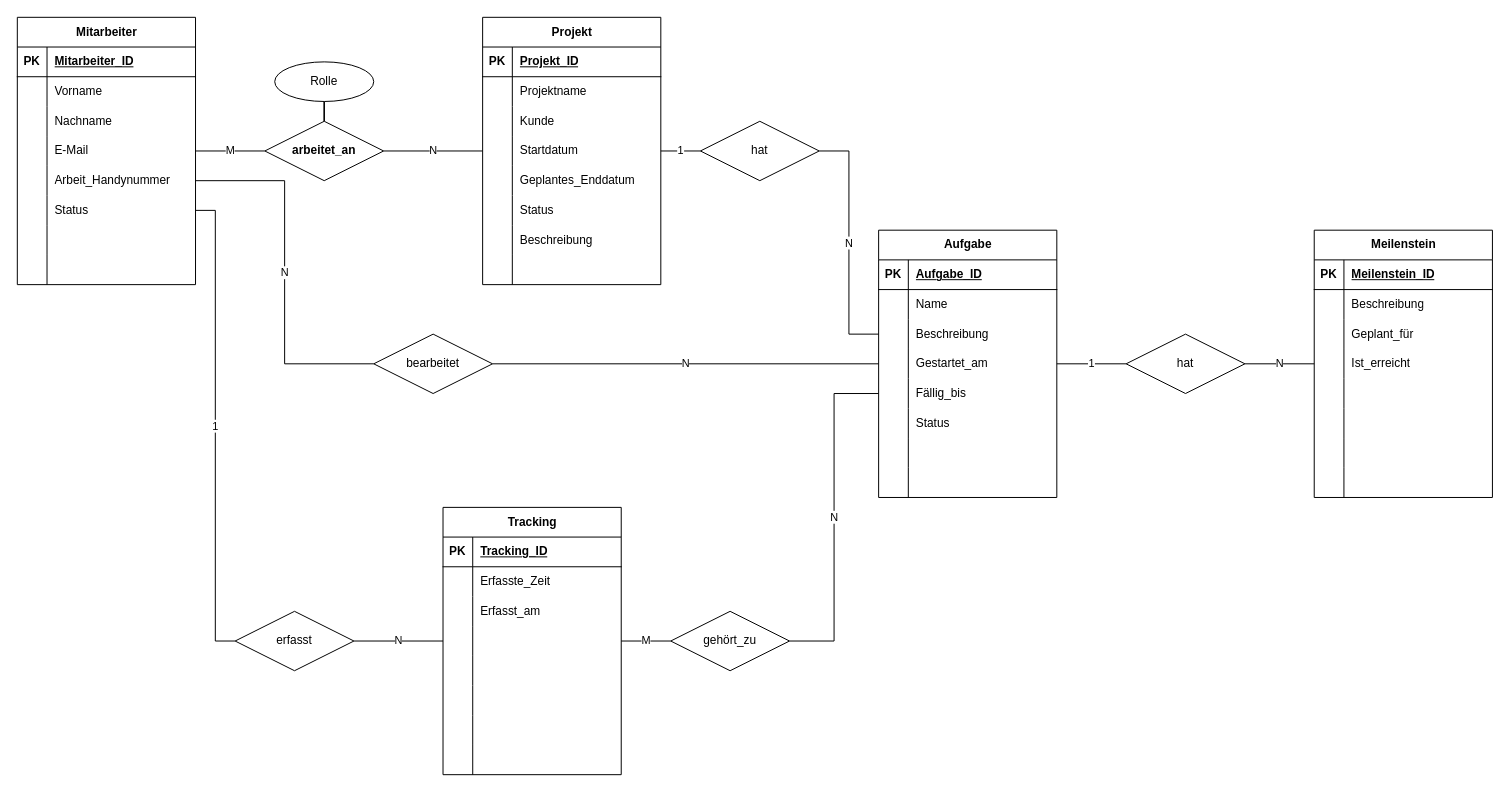
Before: tracking_database_erm.drawio in M1ndflayer/project_tracking_software, a draw.io diagram. Source tidied: cells renumbered, new cells numbered last; positions are measured from the earlier drawing's top-left corner, leaving out a move shared by most shapes. Both pictures are drawn from the tidied source at 99%, with x=0, y=0 at pixel (17, 17).
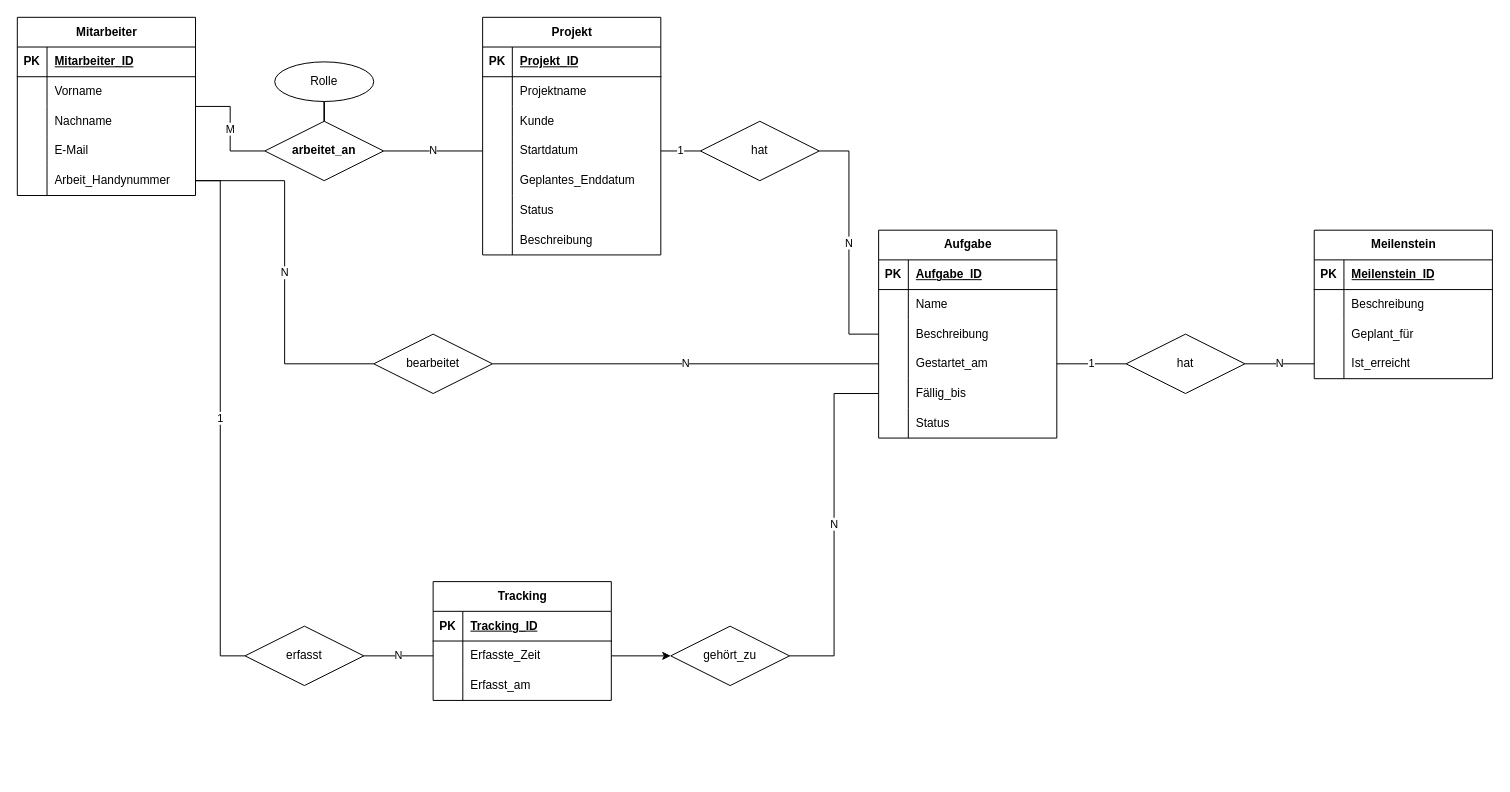
The same diagram, later.

The change refers to these unchanged cells:
```xml
<mxCell id="41" style="shape=tableRow;horizontal=0;startSize=0;swimlaneHead=0;swimlaneBody=0;fillColor=none;points=[[0,0.5],[1,0.5]];portConstraint=eastwest;top=0;left=0;right=0;bottom=0;" parent="28" vertex="1">
  <mxGeometry y="150" width="180" height="30" as="geometry" />
</mxCell>
<mxCell id="107" style="shape=tableRow;horizontal=0;startSize=0;swimlaneHead=0;swimlaneBody=0;fillColor=none;points=[[0,0.5],[1,0.5]];portConstraint=eastwest;top=0;left=0;right=0;bottom=0;" parent="103" vertex="1">
  <mxGeometry y="60" width="180" height="30" as="geometry" />
</mxCell>
```

The edit, as a diff of the source:
```diff
@@
     <mxCell id="2" value="Projekt" style="shape=table;startSize=30;childLayout=tableLayout;rowLines=0;fontStyle=1;align=center;html=1;" parent="1" vertex="1">
-      <mxGeometry x="470" width="180" height="270" as="geometry" />
+      <mxGeometry x="470" width="180" height="240" as="geometry" />
     </mxCell>
@@
-    <mxCell id="24" style="shape=tableRow;horizontal=0;startSize=0;swimlaneHead=0;swimlaneBody=0;fillColor=none;top=0;left=0;right=0;bottom=0;" parent="2" vertex="1">
-      <mxGeometry y="240" width="180" height="30" as="geometry" />
-    </mxCell>
-    <mxCell id="25" style="shape=partialRectangle;fillColor=none;top=0;left=0;bottom=0;right=0;overflow=hidden;whiteSpace=wrap;html=1;" parent="24" vertex="1">
-      <mxGeometry width="30" height="30" as="geometry" />
-    </mxCell>
-    <mxCell id="26" style="shape=partialRectangle;fillColor=none;top=0;left=0;bottom=0;right=0;align=left;spacingLeft=6;overflow=hidden;whiteSpace=wrap;html=1;" parent="24" vertex="1">
-      <mxGeometry x="30" width="150" height="30" as="geometry" />
-    </mxCell>
@@
     <mxCell id="28" value="Mitarbeiter" style="shape=table;startSize=30;childLayout=tableLayout;rowLines=0;fontStyle=1;align=center;html=1;" parent="1" vertex="1">
-      <mxGeometry width="180" height="270" as="geometry" />
+      <mxGeometry width="180" height="180" as="geometry" />
     </mxCell>
@@
-    <mxCell id="44" style="shape=tableRow;horizontal=0;startSize=0;swimlaneHead=0;swimlaneBody=0;fillColor=none;points=[[0,0.5],[1,0.5]];portConstraint=eastwest;top=0;left=0;right=0;bottom=0;" parent="28" vertex="1">
-      <mxGeometry y="180" width="180" height="30" as="geometry" />
-    </mxCell>
-    <mxCell id="45" style="shape=partialRectangle;fillColor=none;top=0;left=0;bottom=0;right=0;overflow=hidden;whiteSpace=wrap;html=1;" parent="44" vertex="1">
-      <mxGeometry width="30" height="30" as="geometry" />
-    </mxCell>
-    <mxCell id="46" value="Status" style="shape=partialRectangle;fillColor=none;top=0;left=0;bottom=0;right=0;align=left;spacingLeft=6;overflow=hidden;whiteSpace=wrap;html=1;" parent="44" vertex="1">
-      <mxGeometry x="30" width="150" height="30" as="geometry" />
-    </mxCell>
-    <mxCell id="47" style="shape=tableRow;horizontal=0;startSize=0;swimlaneHead=0;swimlaneBody=0;fillColor=none;top=0;left=0;right=0;bottom=0;" parent="28" vertex="1">
-      <mxGeometry y="210" width="180" height="30" as="geometry" />
-    </mxCell>
-    <mxCell id="48" style="shape=partialRectangle;fillColor=none;top=0;left=0;bottom=0;right=0;overflow=hidden;whiteSpace=wrap;html=1;" parent="47" vertex="1">
-      <mxGeometry width="30" height="30" as="geometry" />
-    </mxCell>
-    <mxCell id="49" style="shape=partialRectangle;fillColor=none;top=0;left=0;bottom=0;right=0;align=left;spacingLeft=6;overflow=hidden;whiteSpace=wrap;html=1;" parent="47" vertex="1">
-      <mxGeometry x="30" width="150" height="30" as="geometry" />
-    </mxCell>
-    <mxCell id="50" style="shape=tableRow;horizontal=0;startSize=0;swimlaneHead=0;swimlaneBody=0;fillColor=none;top=0;left=0;right=0;bottom=0;" parent="28" vertex="1">
-      <mxGeometry y="240" width="180" height="30" as="geometry" />
-    </mxCell>
-    <mxCell id="51" style="shape=partialRectangle;fillColor=none;top=0;left=0;bottom=0;right=0;overflow=hidden;whiteSpace=wrap;html=1;" parent="50" vertex="1">
-      <mxGeometry width="30" height="30" as="geometry" />
-    </mxCell>
-    <mxCell id="52" style="shape=partialRectangle;fillColor=none;top=0;left=0;bottom=0;right=0;align=left;spacingLeft=6;overflow=hidden;whiteSpace=wrap;html=1;" parent="50" vertex="1">
-      <mxGeometry x="30" width="150" height="30" as="geometry" />
-    </mxCell>
     <mxCell id="53" value="Aufgabe" style="shape=table;startSize=30;childLayout=tableLayout;rowLines=0;fontStyle=1;align=center;html=1;" parent="1" vertex="1">
-      <mxGeometry x="870" y="215" width="180" height="270" as="geometry" />
+      <mxGeometry x="870" y="215" width="180" height="210" as="geometry" />
     </mxCell>
@@
-    <mxCell id="72" style="shape=tableRow;horizontal=0;startSize=0;swimlaneHead=0;swimlaneBody=0;fillColor=none;top=0;left=0;right=0;bottom=0;" parent="53" vertex="1">
-      <mxGeometry y="210" width="180" height="30" as="geometry" />
-    </mxCell>
-    <mxCell id="73" style="shape=partialRectangle;fillColor=none;top=0;left=0;bottom=0;right=0;overflow=hidden;whiteSpace=wrap;html=1;" parent="72" vertex="1">
-      <mxGeometry width="30" height="30" as="geometry" />
-    </mxCell>
-    <mxCell id="74" style="shape=partialRectangle;fillColor=none;top=0;left=0;bottom=0;right=0;align=left;spacingLeft=6;overflow=hidden;whiteSpace=wrap;html=1;" parent="72" vertex="1">
-      <mxGeometry x="30" width="150" height="30" as="geometry" />
-    </mxCell>
-    <mxCell id="75" style="shape=tableRow;horizontal=0;startSize=0;swimlaneHead=0;swimlaneBody=0;fillColor=none;top=0;left=0;right=0;bottom=0;" parent="53" vertex="1">
-      <mxGeometry y="240" width="180" height="30" as="geometry" />
-    </mxCell>
-    <mxCell id="76" style="shape=partialRectangle;fillColor=none;top=0;left=0;bottom=0;right=0;overflow=hidden;whiteSpace=wrap;html=1;" parent="75" vertex="1">
-      <mxGeometry width="30" height="30" as="geometry" />
-    </mxCell>
-    <mxCell id="77" style="shape=partialRectangle;fillColor=none;top=0;left=0;bottom=0;right=0;align=left;spacingLeft=6;overflow=hidden;whiteSpace=wrap;html=1;" parent="75" vertex="1">
-      <mxGeometry x="30" width="150" height="30" as="geometry" />
-    </mxCell>
     <mxCell id="78" value="Meilenstein" style="shape=table;startSize=30;childLayout=tableLayout;rowLines=0;fontStyle=1;align=center;html=1;" parent="1" vertex="1">
-      <mxGeometry x="1310" y="215" width="180" height="270" as="geometry" />
+      <mxGeometry x="1310" y="215" width="180" height="150" as="geometry" />
     </mxCell>
@@
-    <mxCell id="91" style="shape=tableRow;horizontal=0;startSize=0;swimlaneHead=0;swimlaneBody=0;fillColor=none;top=0;left=0;right=0;bottom=0;" parent="78" vertex="1">
-      <mxGeometry y="150" width="180" height="30" as="geometry" />
-    </mxCell>
-    <mxCell id="92" style="shape=partialRectangle;fillColor=none;top=0;left=0;bottom=0;right=0;overflow=hidden;whiteSpace=wrap;html=1;" parent="91" vertex="1">
-      <mxGeometry width="30" height="30" as="geometry" />
-    </mxCell>
-    <mxCell id="93" style="shape=partialRectangle;fillColor=none;top=0;left=0;bottom=0;right=0;align=left;spacingLeft=6;overflow=hidden;whiteSpace=wrap;html=1;" parent="91" vertex="1">
-      <mxGeometry x="30" width="150" height="30" as="geometry" />
-    </mxCell>
-    <mxCell id="94" style="shape=tableRow;horizontal=0;startSize=0;swimlaneHead=0;swimlaneBody=0;fillColor=none;top=0;left=0;right=0;bottom=0;" parent="78" vertex="1">
-      <mxGeometry y="180" width="180" height="30" as="geometry" />
-    </mxCell>
-    <mxCell id="95" style="shape=partialRectangle;fillColor=none;top=0;left=0;bottom=0;right=0;overflow=hidden;whiteSpace=wrap;html=1;" parent="94" vertex="1">
-      <mxGeometry width="30" height="30" as="geometry" />
-    </mxCell>
-    <mxCell id="96" style="shape=partialRectangle;fillColor=none;top=0;left=0;bottom=0;right=0;align=left;spacingLeft=6;overflow=hidden;whiteSpace=wrap;html=1;" parent="94" vertex="1">
-      <mxGeometry x="30" width="150" height="30" as="geometry" />
-    </mxCell>
-    <mxCell id="97" style="shape=tableRow;horizontal=0;startSize=0;swimlaneHead=0;swimlaneBody=0;fillColor=none;top=0;left=0;right=0;bottom=0;" parent="78" vertex="1">
-      <mxGeometry y="210" width="180" height="30" as="geometry" />
-    </mxCell>
-    <mxCell id="98" style="shape=partialRectangle;fillColor=none;top=0;left=0;bottom=0;right=0;overflow=hidden;whiteSpace=wrap;html=1;" parent="97" vertex="1">
-      <mxGeometry width="30" height="30" as="geometry" />
-    </mxCell>
-    <mxCell id="99" style="shape=partialRectangle;fillColor=none;top=0;left=0;bottom=0;right=0;align=left;spacingLeft=6;overflow=hidden;whiteSpace=wrap;html=1;" parent="97" vertex="1">
-      <mxGeometry x="30" width="150" height="30" as="geometry" />
-    </mxCell>
-    <mxCell id="100" style="shape=tableRow;horizontal=0;startSize=0;swimlaneHead=0;swimlaneBody=0;fillColor=none;top=0;left=0;right=0;bottom=0;" parent="78" vertex="1">
-      <mxGeometry y="240" width="180" height="30" as="geometry" />
-    </mxCell>
-    <mxCell id="101" style="shape=partialRectangle;fillColor=none;top=0;left=0;bottom=0;right=0;overflow=hidden;whiteSpace=wrap;html=1;" parent="100" vertex="1">
-      <mxGeometry width="30" height="30" as="geometry" />
-    </mxCell>
-    <mxCell id="102" style="shape=partialRectangle;fillColor=none;top=0;left=0;bottom=0;right=0;align=left;spacingLeft=6;overflow=hidden;whiteSpace=wrap;html=1;" parent="100" vertex="1">
-      <mxGeometry x="30" width="150" height="30" as="geometry" />
-    </mxCell>
     <mxCell id="103" value="Tracking" style="shape=table;startSize=30;childLayout=tableLayout;rowLines=0;fontStyle=1;align=center;html=1;" parent="1" vertex="1">
-      <mxGeometry x="430" y="495" width="180" height="270" as="geometry" />
+      <mxGeometry x="420" y="570" width="180" height="120" as="geometry" />
     </mxCell>
@@
-    <mxCell id="113" style="shape=tableRow;horizontal=0;startSize=0;swimlaneHead=0;swimlaneBody=0;fillColor=none;points=[[0,0.5],[1,0.5]];portConstraint=eastwest;top=0;left=0;right=0;bottom=0;" parent="103" vertex="1">
-      <mxGeometry y="120" width="180" height="30" as="geometry" />
-    </mxCell>
-    <mxCell id="114" style="shape=partialRectangle;fillColor=none;top=0;left=0;bottom=0;right=0;overflow=hidden;whiteSpace=wrap;html=1;" parent="113" vertex="1">
-      <mxGeometry width="30" height="30" as="geometry" />
-    </mxCell>
-    <mxCell id="115" style="shape=partialRectangle;fillColor=none;top=0;left=0;bottom=0;right=0;align=left;spacingLeft=6;overflow=hidden;whiteSpace=wrap;html=1;" parent="113" vertex="1">
-      <mxGeometry x="30" width="150" height="30" as="geometry" />
-    </mxCell>
-    <mxCell id="116" style="shape=tableRow;horizontal=0;startSize=0;swimlaneHead=0;swimlaneBody=0;fillColor=none;top=0;left=0;right=0;bottom=0;" parent="103" vertex="1">
-      <mxGeometry y="150" width="180" height="30" as="geometry" />
-    </mxCell>
-    <mxCell id="117" style="shape=partialRectangle;fillColor=none;top=0;left=0;bottom=0;right=0;overflow=hidden;whiteSpace=wrap;html=1;" parent="116" vertex="1">
-      <mxGeometry width="30" height="30" as="geometry" />
-    </mxCell>
-    <mxCell id="118" style="shape=partialRectangle;fillColor=none;top=0;left=0;bottom=0;right=0;align=left;spacingLeft=6;overflow=hidden;whiteSpace=wrap;html=1;" parent="116" vertex="1">
-      <mxGeometry x="30" width="150" height="30" as="geometry" />
-    </mxCell>
-    <mxCell id="119" style="shape=tableRow;horizontal=0;startSize=0;swimlaneHead=0;swimlaneBody=0;fillColor=none;top=0;left=0;right=0;bottom=0;" parent="103" vertex="1">
-      <mxGeometry y="180" width="180" height="30" as="geometry" />
-    </mxCell>
-    <mxCell id="120" style="shape=partialRectangle;fillColor=none;top=0;left=0;bottom=0;right=0;overflow=hidden;whiteSpace=wrap;html=1;" parent="119" vertex="1">
-      <mxGeometry width="30" height="30" as="geometry" />
-    </mxCell>
-    <mxCell id="121" style="shape=partialRectangle;fillColor=none;top=0;left=0;bottom=0;right=0;align=left;spacingLeft=6;overflow=hidden;whiteSpace=wrap;html=1;" parent="119" vertex="1">
-      <mxGeometry x="30" width="150" height="30" as="geometry" />
-    </mxCell>
-    <mxCell id="122" style="shape=tableRow;horizontal=0;startSize=0;swimlaneHead=0;swimlaneBody=0;fillColor=none;top=0;left=0;right=0;bottom=0;" parent="103" vertex="1">
-      <mxGeometry y="210" width="180" height="30" as="geometry" />
-    </mxCell>
-    <mxCell id="123" style="shape=partialRectangle;fillColor=none;top=0;left=0;bottom=0;right=0;overflow=hidden;whiteSpace=wrap;html=1;" parent="122" vertex="1">
-      <mxGeometry width="30" height="30" as="geometry" />
-    </mxCell>
-    <mxCell id="124" style="shape=partialRectangle;fillColor=none;top=0;left=0;bottom=0;right=0;align=left;spacingLeft=6;overflow=hidden;whiteSpace=wrap;html=1;" parent="122" vertex="1">
-      <mxGeometry x="30" width="150" height="30" as="geometry" />
-    </mxCell>
-    <mxCell id="125" style="shape=tableRow;horizontal=0;startSize=0;swimlaneHead=0;swimlaneBody=0;fillColor=none;top=0;left=0;right=0;bottom=0;" parent="103" vertex="1">
-      <mxGeometry y="240" width="180" height="30" as="geometry" />
-    </mxCell>
-    <mxCell id="126" style="shape=partialRectangle;fillColor=none;top=0;left=0;bottom=0;right=0;overflow=hidden;whiteSpace=wrap;html=1;" parent="125" vertex="1">
-      <mxGeometry width="30" height="30" as="geometry" />
-    </mxCell>
-    <mxCell id="127" style="shape=partialRectangle;fillColor=none;top=0;left=0;bottom=0;right=0;align=left;spacingLeft=6;overflow=hidden;whiteSpace=wrap;html=1;" parent="125" vertex="1">
-      <mxGeometry x="30" width="150" height="30" as="geometry" />
-    </mxCell>
@@
     <mxCell id="142" value="gehört_zu" style="shape=rhombus;perimeter=rhombusPerimeter;whiteSpace=wrap;html=1;align=center;" parent="1" vertex="1">
-      <mxGeometry x="660" y="600" width="120" height="60" as="geometry" />
+      <mxGeometry x="660" y="615" width="120" height="60" as="geometry" />
     </mxCell>
-    <mxCell id="143" value="M" style="edgeStyle=orthogonalEdgeStyle;rounded=0;jettySize=auto;html=1;exitX=1;exitY=0.5;exitDx=0;exitDy=0;entryX=0;entryY=0.5;entryDx=0;entryDy=0;endArrow=none;startFill=0;" parent="1" edge="1" source="113" target="142">
+    <mxCell id="143" value="M" style="edgeStyle=orthogonalEdgeStyle;rounded=0;jettySize=auto;html=1;exitX=1;exitY=0.5;exitDx=0;exitDy=0;entryX=0;entryY=0.5;entryDx=0;entryDy=0;endArrow=none;startFill=0;" parent="1" edge="1" target="142">
       <mxGeometry relative="1" as="geometry" />
     </mxCell>
-    <mxCell id="144" value="N" style="edgeStyle=orthogonalEdgeStyle;rounded=0;jettySize=auto;html=1;exitX=1;exitY=0.5;exitDx=0;exitDy=0;entryX=0;entryY=0.5;entryDx=0;entryDy=0;endArrow=none;startFill=0;" parent="1" edge="1" source="145" target="113">
+    <mxCell id="144" value="N" style="edgeStyle=orthogonalEdgeStyle;rounded=0;jettySize=auto;html=1;exitX=1;exitY=0.5;exitDx=0;exitDy=0;entryX=0;entryY=0.5;entryDx=0;entryDy=0;endArrow=none;startFill=0;" parent="1" edge="1" source="145">
       <mxGeometry relative="1" as="geometry" />
     </mxCell>
+    <mxCell id="147" value="N" style="edgeStyle=orthogonalEdgeStyle;rounded=0;jettySize=auto;html=1;exitX=1;exitY=0.5;exitDx=0;exitDy=0;entryX=0;entryY=0.5;entryDx=0;entryDy=0;endArrow=none;startFill=0;" parent="1" edge="1" source="145" target="107">
+      <mxGeometry relative="1" as="geometry" />
+    </mxCell>
     <mxCell id="145" value="erfasst" style="shape=rhombus;perimeter=rhombusPerimeter;whiteSpace=wrap;html=1;align=center;" parent="1" vertex="1">
-      <mxGeometry x="220" y="600" width="120" height="60" as="geometry" />
+      <mxGeometry x="230" y="615" width="120" height="60" as="geometry" />
     </mxCell>
-    <mxCell id="146" value="1" style="edgeStyle=orthogonalEdgeStyle;rounded=0;jettySize=auto;html=1;exitX=1;exitY=0.5;exitDx=0;exitDy=0;entryX=0;entryY=0.5;entryDx=0;entryDy=0;endArrow=none;startFill=0;" parent="1" edge="1" source="44" target="145">
+    <mxCell id="146" value="1" style="edgeStyle=orthogonalEdgeStyle;rounded=0;jettySize=auto;html=1;exitX=1;exitY=0.5;exitDx=0;exitDy=0;entryX=0;entryY=0.5;entryDx=0;entryDy=0;endArrow=none;startFill=0;" parent="1" edge="1" target="145">
       <mxGeometry relative="1" as="geometry" />
     </mxCell>
+    <mxCell id="148" style="edgeStyle=orthogonalEdgeStyle;rounded=0;jettySize=auto;html=1;exitX=1;exitY=0.5;exitDx=0;exitDy=0;entryX=0;entryY=0.5;entryDx=0;entryDy=0;" parent="1" edge="1" source="107" target="142">
+      <mxGeometry relative="1" as="geometry" />
+    </mxCell>
+    <mxCell id="149" value="1" style="edgeStyle=orthogonalEdgeStyle;rounded=0;jettySize=auto;html=1;exitX=1;exitY=0.5;exitDx=0;exitDy=0;entryX=0;entryY=0.5;entryDx=0;entryDy=0;endArrow=none;startFill=0;" parent="1" edge="1" source="41" target="145">
+      <mxGeometry relative="1" as="geometry" />
+    </mxCell>
```
